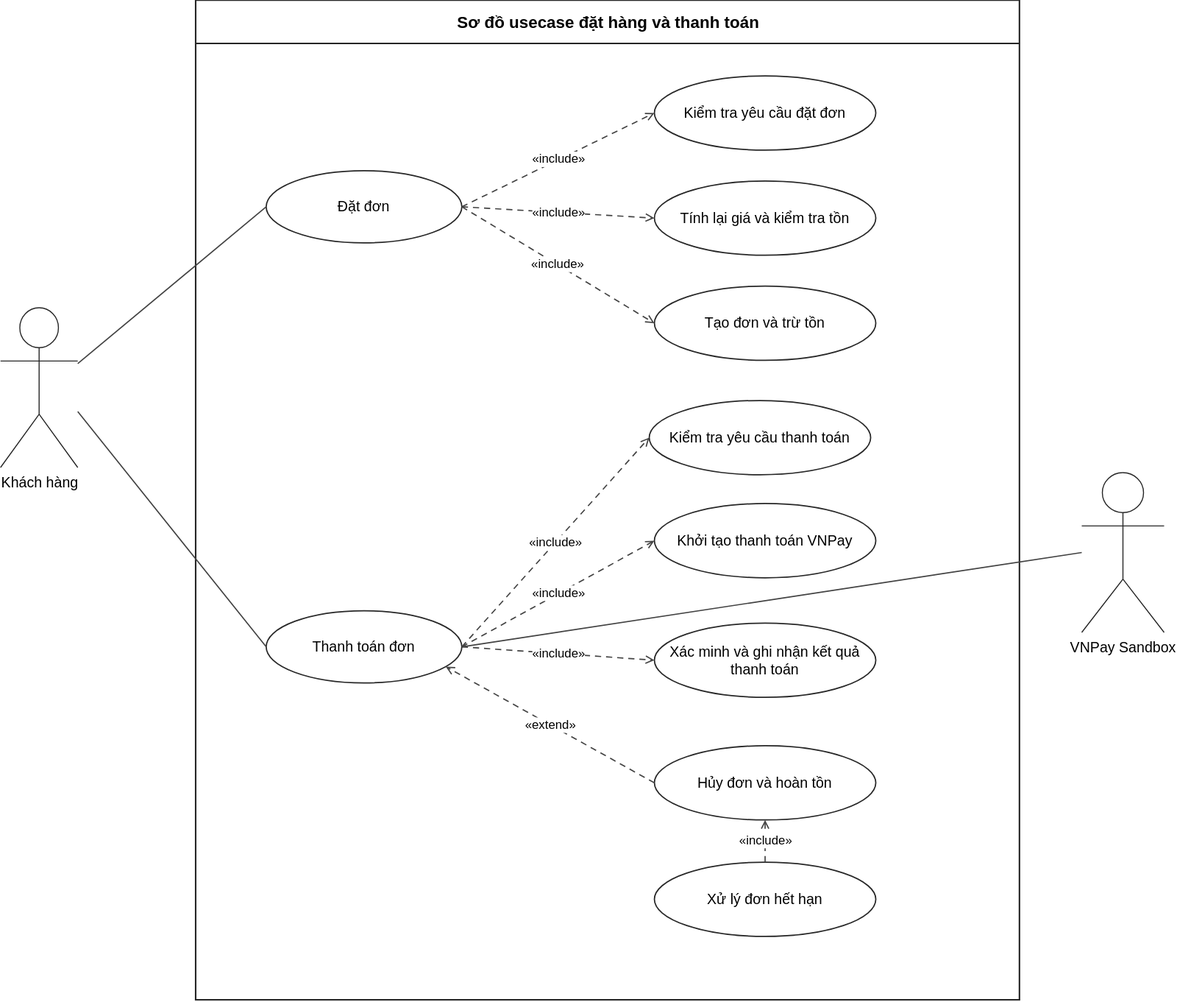
Before: docs/diagrams/exports/use-case-checkout.svg, a diagram exported from draw.io (mhien06/BrewLite_A2). Source tidied: cells renumbered, new cells last; positions are measured from the earlier drawing's top-left corner, leaving out a move shared by most shapes.
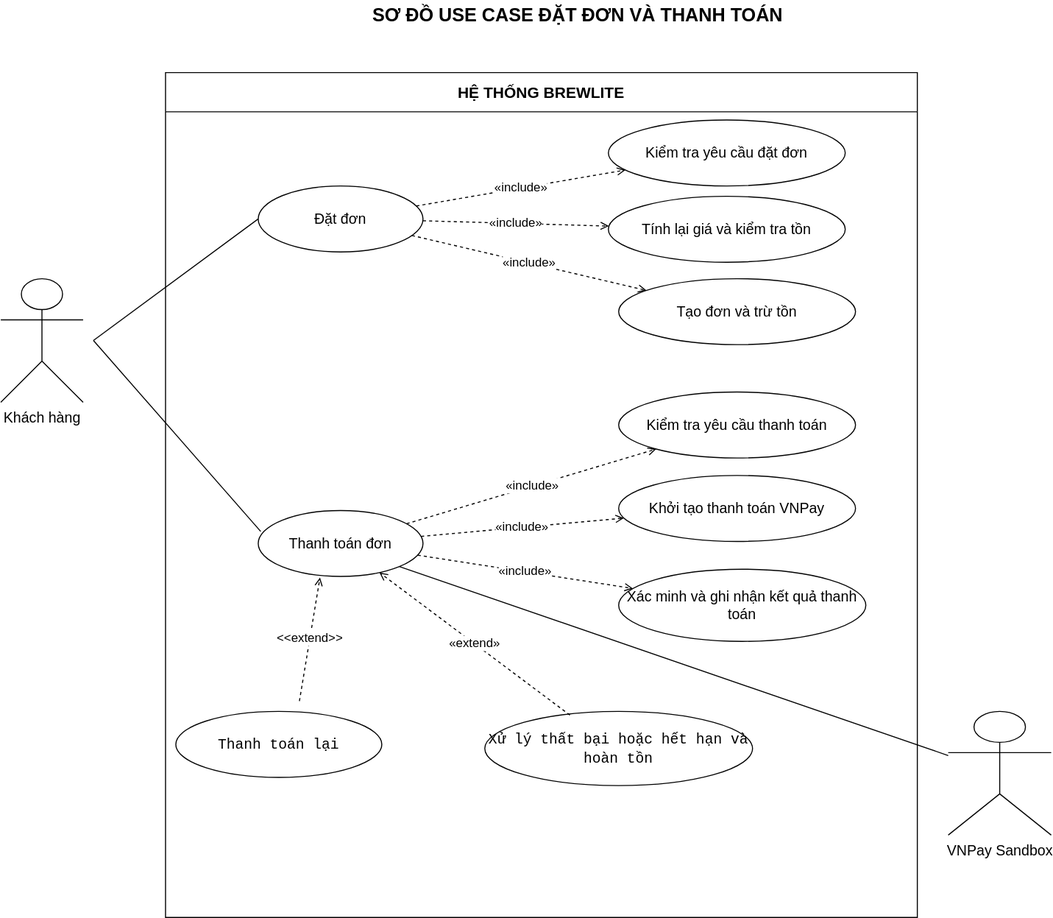
The same diagram one commit later.

Commit message:
docs(task1.3): align checkout use case with FR-11

Diff of the diagram source:
```diff
@@ -2,77 +2,87 @@
   <root>
     <mxCell id="0" />
     <mxCell id="1" parent="0" />
+    <mxCell id="26" value="SƠ ĐỒ USE CASE ĐẶT ĐƠN VÀ THANH TOÁN" style="text;html=1;align=center;verticalAlign=middle;fontStyle=1;fontSize=18;" parent="1" vertex="1">
+      <mxGeometry x="280" y="-52" width="520" height="30" as="geometry" />
+    </mxCell>
-    <mxCell id="2" value="Sơ đồ usecase đặt hàng và thanh toán" style="swimlane;html=1;startSize=42;horizontal=1;rounded=0;fillColor=#FFFFFF;swimlaneFillColor=#FFFFFF;strokeColor=#252525;strokeWidth=1.5;fontFamily=Arial;fontSize=16;fontStyle=1;align=center;" parent="1" vertex="1">
-      <mxGeometry x="190" width="800" height="970" as="geometry" />
+    <mxCell id="2" value="HỆ THỐNG BREWLITE" style="swimlane;html=1;horizontal=1;startSize=38;rounded=0;fontStyle=1;fontSize=15;whiteSpace=wrap;" parent="1" vertex="1">
+      <mxGeometry x="140" y="18" width="730" height="820" as="geometry" />
     </mxCell>
+    <mxCell id="12" value="Xác minh và ghi nhận kết quả thanh toán" style="ellipse;whiteSpace=wrap;html=1;fontSize=14;" parent="2" vertex="1">
+      <mxGeometry x="440" y="482" width="240" height="70" as="geometry" />
+    </mxCell>
-    <mxCell id="3" value="Kiểm tra yêu cầu&amp;#xa;thanh toán" style="ellipse;whiteSpace=wrap;html=1;fillColor=#FFFFFF;strokeColor=#272727;strokeWidth=1.25;fontFamily=Arial;fontSize=14;align=center;verticalAlign=middle;spacing=8;" parent="2" vertex="1">
-      <mxGeometry x="440" y="388" width="215" height="72" as="geometry" />
+    <mxCell id="3" value="Kiểm tra yêu cầu thanh toán" style="ellipse;whiteSpace=wrap;html=1;fontSize=14;" parent="2" vertex="1">
+      <mxGeometry x="440" y="310" width="230" height="64" as="geometry" />
     </mxCell>
-    <mxCell id="4" value="Khởi tạo thanh toán VNPay" style="ellipse;whiteSpace=wrap;html=1;fillColor=#FFFFFF;strokeColor=#272727;strokeWidth=1.25;fontFamily=Arial;fontSize=14;align=center;verticalAlign=middle;spacing=8;" parent="2" vertex="1">
-      <mxGeometry x="445" y="488" width="215" height="72" as="geometry" />
+    <mxCell id="4" value="Khởi tạo thanh toán VNPay" style="ellipse;whiteSpace=wrap;html=1;fontSize=14;" parent="2" vertex="1">
+      <mxGeometry x="440" y="391" width="230" height="64" as="geometry" />
     </mxCell>
+    <mxCell id="27" value="&lt;code&gt;Thanh toán lại&lt;/code&gt;" style="ellipse;whiteSpace=wrap;html=1;fontSize=14;" parent="2" vertex="1">
+      <mxGeometry x="10" y="620" width="200" height="64" as="geometry" />
+    </mxCell>
+    <mxCell id="28" value="&lt;code&gt;Xử lý thất bại hoặc hết hạn và hoàn tồn&lt;/code&gt;" style="ellipse;whiteSpace=wrap;html=1;fontSize=14;" parent="2" vertex="1">
+      <mxGeometry x="310" y="620" width="260" height="72" as="geometry" />
+    </mxCell>
+    <mxCell id="9" value="Kiểm tra yêu cầu đặt đơn" style="ellipse;whiteSpace=wrap;html=1;fontSize=14;" parent="2" vertex="1">
+      <mxGeometry x="430" y="46" width="230" height="64" as="geometry" />
+    </mxCell>
+    <mxCell id="10" value="Tính lại giá và kiểm tra tồn" style="ellipse;whiteSpace=wrap;html=1;fontSize=14;" parent="2" vertex="1">
+      <mxGeometry x="430" y="120" width="230" height="64" as="geometry" />
+    </mxCell>
+    <mxCell id="29" value="&amp;lt;&amp;lt;extend&amp;gt;&amp;gt;" style="edgeStyle=none;rounded=0;html=1;dashed=1;endArrow=open;endFill=0;fontSize=12;" parent="2" edge="1">
+      <mxGeometry relative="1" as="geometry">
+        <mxPoint x="130" y="610" as="sourcePoint" />
+        <mxPoint x="150" y="490" as="targetPoint" />
+      </mxGeometry>
+    </mxCell>
-    <mxCell id="5" value="Khách hàng" style="shape=umlActor;verticalLabelPosition=bottom;verticalAlign=top;html=1;outlineConnect=0;fillColor=#FFFFFF;strokeColor=#252525;fontFamily=Arial;fontSize=14;" parent="1" vertex="1">
-      <mxGeometry y="298" width="75" height="155" as="geometry" />
+    <mxCell id="5" value="Khách hàng" style="shape=umlActor;verticalLabelPosition=bottom;verticalAlign=top;html=1;fontSize=14;" parent="1" vertex="1">
+      <mxGeometry x="-20" y="218" width="80" height="120" as="geometry" />
     </mxCell>
-    <mxCell id="6" value="VNPay Sandbox" style="shape=umlActor;verticalLabelPosition=bottom;verticalAlign=top;html=1;outlineConnect=0;fillColor=#FFFFFF;strokeColor=#252525;fontFamily=Arial;fontSize=14;" parent="1" vertex="1">
-      <mxGeometry x="1050" y="458" width="80" height="155" as="geometry" />
+    <mxCell id="6" value="VNPay Sandbox" style="shape=umlActor;verticalLabelPosition=bottom;verticalAlign=top;html=1;fontSize=14;" parent="1" vertex="1">
+      <mxGeometry x="900" y="638" width="100" height="120" as="geometry" />
     </mxCell>
-    <mxCell id="7" value="Đặt đơn" style="ellipse;whiteSpace=wrap;html=1;fillColor=#FFFFFF;strokeColor=#272727;strokeWidth=1.25;fontFamily=Arial;fontSize=14;align=center;verticalAlign=middle;spacing=8;" parent="1" vertex="1">
-      <mxGeometry x="258" y="165" width="190" height="70" as="geometry" />
+    <mxCell id="7" value="Đặt đơn" style="ellipse;whiteSpace=wrap;html=1;fontSize=14;" parent="1" vertex="1">
+      <mxGeometry x="230" y="128" width="160" height="64" as="geometry" />
     </mxCell>
+    <mxCell id="11" value="Tạo đơn và trừ tồn" style="ellipse;whiteSpace=wrap;html=1;fontSize=14;" parent="1" vertex="1">
+      <mxGeometry x="580" y="218" width="230" height="64" as="geometry" />
+    </mxCell>
-    <mxCell id="8" value="Thanh toán đơn" style="ellipse;whiteSpace=wrap;html=1;fillColor=#FFFFFF;strokeColor=#272727;strokeWidth=1.25;fontFamily=Arial;fontSize=14;align=center;verticalAlign=middle;spacing=8;" parent="1" vertex="1">
-      <mxGeometry x="258" y="592" width="190" height="70" as="geometry" />
+    <mxCell id="8" value="Thanh toán đơn" style="ellipse;whiteSpace=wrap;html=1;fontSize=14;" parent="1" vertex="1">
+      <mxGeometry x="230" y="443" width="160" height="64" as="geometry" />
     </mxCell>
-    <mxCell id="9" value="Kiểm tra yêu cầu&amp;#xa;đặt đơn" style="ellipse;whiteSpace=wrap;html=1;fillColor=#FFFFFF;strokeColor=#272727;strokeWidth=1.25;fontFamily=Arial;fontSize=14;align=center;verticalAlign=middle;spacing=8;" parent="1" vertex="1">
-      <mxGeometry x="635" y="73" width="215" height="72" as="geometry" />
-    </mxCell>
-    <mxCell id="10" value="Tính lại giá và&amp;#xa;kiểm tra tồn" style="ellipse;whiteSpace=wrap;html=1;fillColor=#FFFFFF;strokeColor=#272727;strokeWidth=1.25;fontFamily=Arial;fontSize=14;align=center;verticalAlign=middle;spacing=8;" parent="1" vertex="1">
-      <mxGeometry x="635" y="175" width="215" height="72" as="geometry" />
-    </mxCell>
-    <mxCell id="11" value="Tạo đơn và trừ tồn" style="ellipse;whiteSpace=wrap;html=1;fillColor=#FFFFFF;strokeColor=#272727;strokeWidth=1.25;fontFamily=Arial;fontSize=14;align=center;verticalAlign=middle;spacing=8;" parent="1" vertex="1">
-      <mxGeometry x="635" y="277" width="215" height="72" as="geometry" />
-    </mxCell>
-    <mxCell id="12" value="Xác minh và ghi nhận kết quả thanh toán" style="ellipse;whiteSpace=wrap;html=1;fillColor=#FFFFFF;strokeColor=#272727;strokeWidth=1.25;fontFamily=Arial;fontSize=14;align=center;verticalAlign=middle;spacing=8;" parent="1" vertex="1">
-      <mxGeometry x="635" y="604" width="215" height="72" as="geometry" />
-    </mxCell>
-    <mxCell id="13" value="Hủy đơn và hoàn tồn" style="ellipse;whiteSpace=wrap;html=1;fillColor=#FFFFFF;strokeColor=#272727;strokeWidth=1.25;fontFamily=Arial;fontSize=14;align=center;verticalAlign=middle;spacing=8;" parent="1" vertex="1">
-      <mxGeometry x="635" y="723" width="215" height="72" as="geometry" />
-    </mxCell>
-    <mxCell id="14" value="Xử lý đơn hết hạn" style="ellipse;whiteSpace=wrap;html=1;fillColor=#FFFFFF;strokeColor=#272727;strokeWidth=1.25;fontFamily=Arial;fontSize=14;align=center;verticalAlign=middle;spacing=8;" parent="1" vertex="1">
-      <mxGeometry x="635" y="836" width="215" height="72" as="geometry" />
-    </mxCell>
-    <mxCell id="15" style="edgeStyle=none;rounded=0;html=1;jettySize=auto;strokeColor=#424242;strokeWidth=1.2;endArrow=none;exitX=1;exitY=0.35;exitDx=0;exitDy=0;entryX=0;entryY=0.5;entryDx=0;entryDy=0;" parent="1" edge="1" source="5" target="7">
-      <mxGeometry relative="1" as="geometry" />
-    </mxCell>
-    <mxCell id="16" style="edgeStyle=none;rounded=0;html=1;jettySize=auto;strokeColor=#424242;strokeWidth=1.2;endArrow=none;exitX=1;exitY=0.65;exitDx=0;exitDy=0;entryX=0;entryY=0.5;entryDx=0;entryDy=0;" parent="1" edge="1" source="5" target="8">
-      <mxGeometry relative="1" as="geometry" />
-    </mxCell>
-    <mxCell id="17" style="edgeStyle=none;rounded=0;html=1;jettySize=auto;strokeColor=#424242;strokeWidth=1.2;endArrow=none;exitX=0;exitY=0.5;exitDx=0;exitDy=0;entryX=1;entryY=0.5;entryDx=0;entryDy=0;" parent="1" edge="1" source="6" target="8">
-      <mxGeometry relative="1" as="geometry" />
-    </mxCell>
-    <mxCell id="18" value="«include»" style="edgeStyle=none;rounded=0;html=1;jettySize=auto;strokeColor=#424242;strokeWidth=1.2;dashed=1;dashPattern=5 4;endArrow=open;endFill=0;fontFamily=Arial;fontSize=12;labelBackgroundColor=#FFFFFF;exitX=1;exitY=0.5;exitDx=0;exitDy=0;entryX=0;entryY=0.5;entryDx=0;entryDy=0;" parent="1" edge="1" source="7" target="9">
+    <mxCell id="18" value="&amp;laquo;include&amp;raquo;" style="edgeStyle=none;rounded=0;html=1;dashed=1;endArrow=open;endFill=0;fontSize=12;" parent="1" edge="1" source="7" target="9">
       <mxGeometry relative="1" as="geometry" />
     </mxCell>
-    <mxCell id="19" value="«include»" style="edgeStyle=none;rounded=0;html=1;jettySize=auto;strokeColor=#424242;strokeWidth=1.2;dashed=1;dashPattern=5 4;endArrow=open;endFill=0;fontFamily=Arial;fontSize=12;labelBackgroundColor=#FFFFFF;exitX=1;exitY=0.5;exitDx=0;exitDy=0;entryX=0;entryY=0.5;entryDx=0;entryDy=0;" parent="1" edge="1" source="7" target="10">
+    <mxCell id="19" value="&amp;laquo;include&amp;raquo;" style="edgeStyle=none;rounded=0;html=1;dashed=1;endArrow=open;endFill=0;fontSize=12;" parent="1" edge="1" source="7" target="10">
       <mxGeometry relative="1" as="geometry" />
     </mxCell>
-    <mxCell id="20" value="«include»" style="edgeStyle=none;rounded=0;html=1;jettySize=auto;strokeColor=#424242;strokeWidth=1.2;dashed=1;dashPattern=5 4;endArrow=open;endFill=0;fontFamily=Arial;fontSize=12;labelBackgroundColor=#FFFFFF;exitX=1;exitY=0.5;exitDx=0;exitDy=0;entryX=0;entryY=0.5;entryDx=0;entryDy=0;" parent="1" edge="1" source="7" target="11">
+    <mxCell id="20" value="&amp;laquo;include&amp;raquo;" style="edgeStyle=none;rounded=0;html=1;dashed=1;endArrow=open;endFill=0;fontSize=12;" parent="1" edge="1" source="7" target="11">
       <mxGeometry relative="1" as="geometry" />
     </mxCell>
-    <mxCell id="21" value="«include»" style="edgeStyle=none;rounded=0;html=1;jettySize=auto;strokeColor=#424242;strokeWidth=1.2;dashed=1;dashPattern=5 4;endArrow=open;endFill=0;fontFamily=Arial;fontSize=12;labelBackgroundColor=#FFFFFF;exitX=1;exitY=0.5;exitDx=0;exitDy=0;entryX=0;entryY=0.5;entryDx=0;entryDy=0;" parent="1" edge="1" source="8" target="3">
+    <mxCell id="21" value="&amp;laquo;include&amp;raquo;" style="edgeStyle=none;rounded=0;html=1;dashed=1;endArrow=open;endFill=0;fontSize=12;" parent="1" edge="1" source="8" target="3">
       <mxGeometry relative="1" as="geometry" />
     </mxCell>
-    <mxCell id="22" value="«include»" style="edgeStyle=none;rounded=0;html=1;jettySize=auto;strokeColor=#424242;strokeWidth=1.2;dashed=1;dashPattern=5 4;endArrow=open;endFill=0;fontFamily=Arial;fontSize=12;labelBackgroundColor=#FFFFFF;exitX=1;exitY=0.5;exitDx=0;exitDy=0;entryX=0;entryY=0.5;entryDx=0;entryDy=0;" parent="1" edge="1" source="8" target="4">
+    <mxCell id="22" value="&amp;laquo;include&amp;raquo;" style="edgeStyle=none;rounded=0;html=1;dashed=1;endArrow=open;endFill=0;fontSize=12;" parent="1" edge="1" source="8" target="4">
       <mxGeometry relative="1" as="geometry" />
     </mxCell>
-    <mxCell id="23" value="«include»" style="edgeStyle=none;rounded=0;html=1;jettySize=auto;strokeColor=#424242;strokeWidth=1.2;dashed=1;dashPattern=5 4;endArrow=open;endFill=0;fontFamily=Arial;fontSize=12;labelBackgroundColor=#FFFFFF;exitX=1;exitY=0.5;exitDx=0;exitDy=0;entryX=0;entryY=0.5;entryDx=0;entryDy=0;" parent="1" edge="1" source="8" target="12">
+    <mxCell id="23" value="&amp;laquo;include&amp;raquo;" style="edgeStyle=none;rounded=0;html=1;dashed=1;endArrow=open;endFill=0;fontSize=12;" parent="1" edge="1" source="8" target="12">
       <mxGeometry relative="1" as="geometry" />
     </mxCell>
-    <mxCell id="24" value="«extend»" style="edgeStyle=none;rounded=0;html=1;jettySize=auto;strokeColor=#424242;strokeWidth=1.2;dashed=1;dashPattern=5 4;endArrow=open;endFill=0;fontFamily=Arial;fontSize=12;labelBackgroundColor=#FFFFFF;exitX=0;exitY=0.5;exitDx=0;exitDy=0;entryX=1;entryY=0.84;entryDx=0;entryDy=0;" parent="1" edge="1" source="13" target="8">
+    <mxCell id="24" value="&amp;laquo;extend&amp;raquo;" style="edgeStyle=none;rounded=0;html=1;dashed=1;endArrow=open;endFill=0;fontSize=12;exitX=0.318;exitY=0.05;exitDx=0;exitDy=0;exitPerimeter=0;" parent="1" edge="1" source="28" target="8">
       <mxGeometry relative="1" as="geometry" />
     </mxCell>
-    <mxCell id="25" value="«include»" style="edgeStyle=none;rounded=0;html=1;jettySize=auto;strokeColor=#424242;strokeWidth=1.2;dashed=1;dashPattern=5 4;endArrow=open;endFill=0;fontFamily=Arial;fontSize=12;labelBackgroundColor=#FFFFFF;exitX=0.5;exitY=0;exitDx=0;exitDy=0;entryX=0.5;entryY=1;entryDx=0;entryDy=0;" parent="1" edge="1" source="14" target="13">
-      <mxGeometry relative="1" as="geometry" />
-    </mxCell>
+    <mxCell id="30" style="endArrow=none;html=1;rounded=0;exitX=1;exitY=1;exitDx=0;exitDy=0;" parent="1" edge="1" source="8" target="6">
+      <mxGeometry relative="1" as="geometry" />
+    </mxCell>
+    <mxCell id="31" style="endArrow=none;html=1;rounded=0;entryX=0;entryY=0.5;entryDx=0;entryDy=0;" parent="1" edge="1" target="7">
+      <mxGeometry relative="1" as="geometry">
+        <mxPoint x="70" y="278" as="sourcePoint" />
+      </mxGeometry>
+    </mxCell>
+    <mxCell id="32" style="endArrow=none;html=1;rounded=0;exitX=0.015;exitY=0.317;exitDx=0;exitDy=0;exitPerimeter=0;" parent="1" edge="1" source="8">
+      <mxGeometry relative="1" as="geometry">
+        <mxPoint x="70" y="278" as="targetPoint" />
+      </mxGeometry>
+    </mxCell>
   </root>
 </mxGraphModel>
```
